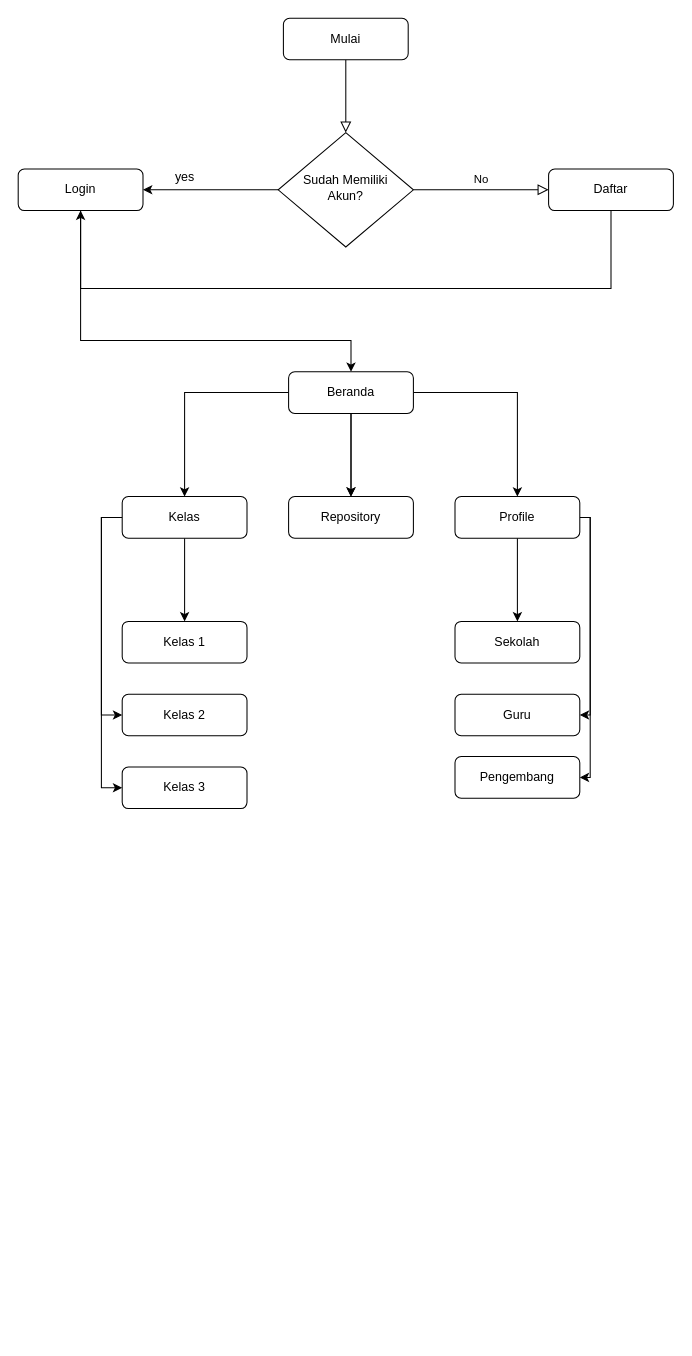
Above: Untitled Diagram.drawio in SanoMush/smk3gsite (draw.io), before the change. Source tidied: cells renumbered, new cells numbered last; positions are measured from the earlier drawing's top-left corner, leaving out a move shared by most shapes. Both pictures are drawn from the tidied source at 104%, with x=0, y=0 at pixel (18, 18).
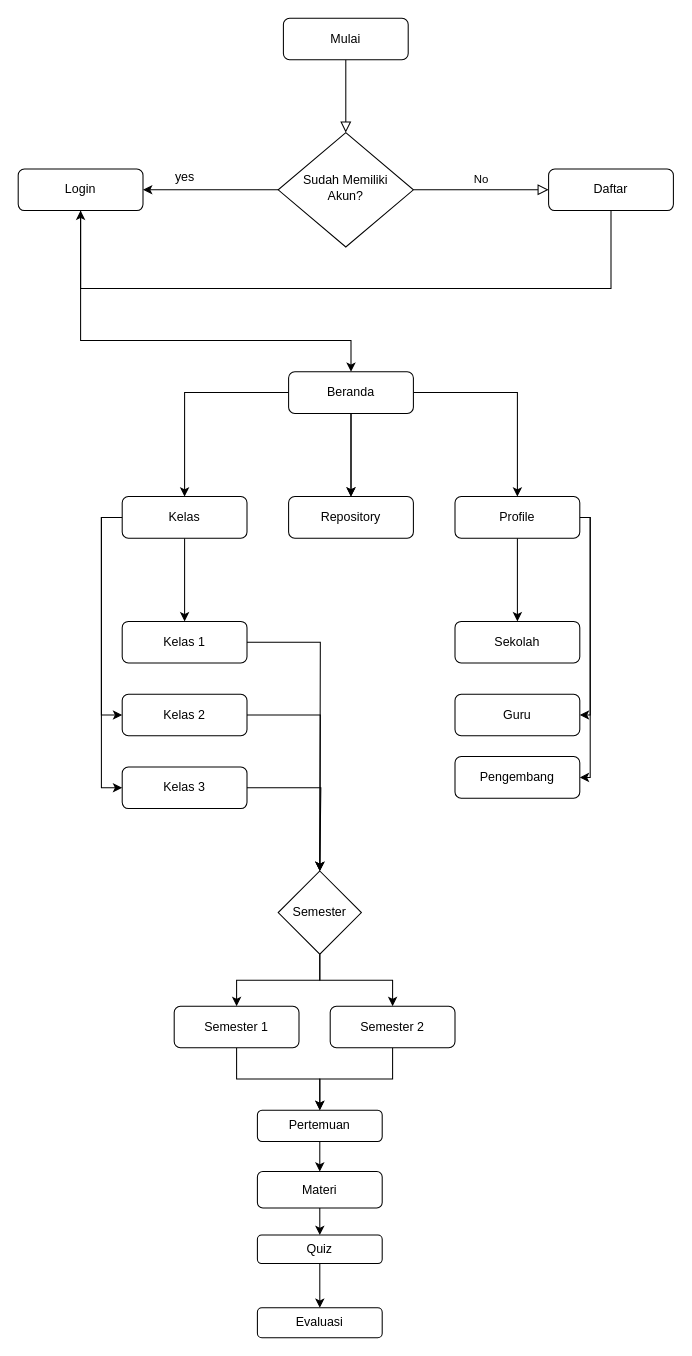
Above is the later version.

The change refers to these unchanged cells:
```xml
<mxCell id="26" value="Kelas 1" style="rounded=1;whiteSpace=wrap;html=1;fontSize=12;glass=0;strokeWidth=1;shadow=0;" parent="1" vertex="1">
  <mxGeometry x="100" y="580" width="120" height="40" as="geometry" />
</mxCell>
<mxCell id="27" value="Kelas 2" style="rounded=1;whiteSpace=wrap;html=1;fontSize=12;glass=0;strokeWidth=1;shadow=0;" parent="1" vertex="1">
  <mxGeometry x="100" y="650" width="120" height="40" as="geometry" />
</mxCell>
<mxCell id="28" value="Kelas 3" style="rounded=1;whiteSpace=wrap;html=1;fontSize=12;glass=0;strokeWidth=1;shadow=0;" parent="1" vertex="1">
  <mxGeometry x="100" y="720" width="120" height="40" as="geometry" />
</mxCell>
```

Diff of the diagram source:
```diff
@@
+    <mxCell id="32" style="edgeStyle=orthogonalEdgeStyle;rounded=0;jettySize=auto;html=1;exitX=1;exitY=0.5;exitDx=0;exitDy=0;entryX=0.5;entryY=0;entryDx=0;entryDy=0;" parent="1" edge="1" source="26">
+      <mxGeometry relative="1" as="geometry">
+        <mxPoint x="290" y="820" as="targetPoint" />
+      </mxGeometry>
+    </mxCell>
@@
+    <mxCell id="33" style="edgeStyle=orthogonalEdgeStyle;rounded=0;jettySize=auto;html=1;" parent="1" edge="1" source="27">
+      <mxGeometry relative="1" as="geometry">
+        <mxPoint x="290" y="820" as="targetPoint" />
+      </mxGeometry>
+    </mxCell>
@@
+    <mxCell id="34" style="edgeStyle=orthogonalEdgeStyle;rounded=0;jettySize=auto;html=1;" parent="1" edge="1" source="28">
+      <mxGeometry relative="1" as="geometry">
+        <mxPoint x="290" y="820" as="targetPoint" />
+        <Array as="points">
+          <mxPoint x="291" y="740" />
+          <mxPoint x="291" y="820" />
+        </Array>
+      </mxGeometry>
+    </mxCell>
@@
+    <mxCell id="35" style="edgeStyle=orthogonalEdgeStyle;rounded=0;jettySize=auto;html=1;entryX=0.5;entryY=0;entryDx=0;entryDy=0;" parent="1" edge="1" source="36" target="43">
+      <mxGeometry relative="1" as="geometry" />
+    </mxCell>
+    <mxCell id="36" value="Semester 1" style="whiteSpace=wrap;html=1;rounded=1;glass=0;strokeWidth=1;shadow=0;" parent="1" vertex="1">
+      <mxGeometry x="150" y="950" width="120" height="40" as="geometry" />
+    </mxCell>
+    <mxCell id="37" style="edgeStyle=orthogonalEdgeStyle;rounded=0;jettySize=auto;html=1;entryX=0.5;entryY=0;entryDx=0;entryDy=0;" parent="1" edge="1" source="39" target="36">
+      <mxGeometry relative="1" as="geometry" />
+    </mxCell>
+    <mxCell id="38" style="edgeStyle=orthogonalEdgeStyle;rounded=0;jettySize=auto;html=1;entryX=0.5;entryY=0;entryDx=0;entryDy=0;" parent="1" edge="1" source="39" target="41">
+      <mxGeometry relative="1" as="geometry" />
+    </mxCell>
+    <mxCell id="39" value="Semester" style="rhombus;whiteSpace=wrap;html=1;" parent="1" vertex="1">
+      <mxGeometry x="250" y="820" width="80" height="80" as="geometry" />
+    </mxCell>
+    <mxCell id="40" style="edgeStyle=orthogonalEdgeStyle;rounded=0;jettySize=auto;html=1;" parent="1" edge="1" source="41" target="43">
+      <mxGeometry relative="1" as="geometry" />
+    </mxCell>
+    <mxCell id="41" value="Semester 2" style="whiteSpace=wrap;html=1;rounded=1;glass=0;strokeWidth=1;shadow=0;" parent="1" vertex="1">
+      <mxGeometry x="300" y="950" width="120" height="40" as="geometry" />
+    </mxCell>
+    <mxCell id="42" style="edgeStyle=orthogonalEdgeStyle;rounded=0;jettySize=auto;html=1;" parent="1" edge="1" source="43" target="45">
+      <mxGeometry relative="1" as="geometry" />
+    </mxCell>
+    <mxCell id="43" value="Pertemuan" style="whiteSpace=wrap;html=1;rounded=1;glass=0;strokeWidth=1;shadow=0;" parent="1" vertex="1">
+      <mxGeometry x="230" y="1050" width="120" height="30" as="geometry" />
+    </mxCell>
+    <mxCell id="44" style="edgeStyle=orthogonalEdgeStyle;rounded=0;jettySize=auto;html=1;" parent="1" edge="1" source="45" target="47">
+      <mxGeometry relative="1" as="geometry" />
+    </mxCell>
+    <mxCell id="45" value="Materi" style="whiteSpace=wrap;html=1;rounded=1;glass=0;strokeWidth=1;shadow=0;" parent="1" vertex="1">
+      <mxGeometry x="230" y="1109" width="120" height="35" as="geometry" />
+    </mxCell>
+    <mxCell id="46" style="edgeStyle=orthogonalEdgeStyle;rounded=0;jettySize=auto;html=1;" parent="1" edge="1" source="47" target="48">
+      <mxGeometry relative="1" as="geometry" />
+    </mxCell>
+    <mxCell id="47" value="Quiz" style="whiteSpace=wrap;html=1;rounded=1;glass=0;strokeWidth=1;shadow=0;" parent="1" vertex="1">
+      <mxGeometry x="230" y="1170" width="120" height="27.5" as="geometry" />
+    </mxCell>
+    <mxCell id="48" value="Evaluasi" style="whiteSpace=wrap;html=1;rounded=1;glass=0;strokeWidth=1;shadow=0;" parent="1" vertex="1">
+      <mxGeometry x="230" y="1240" width="120" height="28.8" as="geometry" />
+    </mxCell>
```
